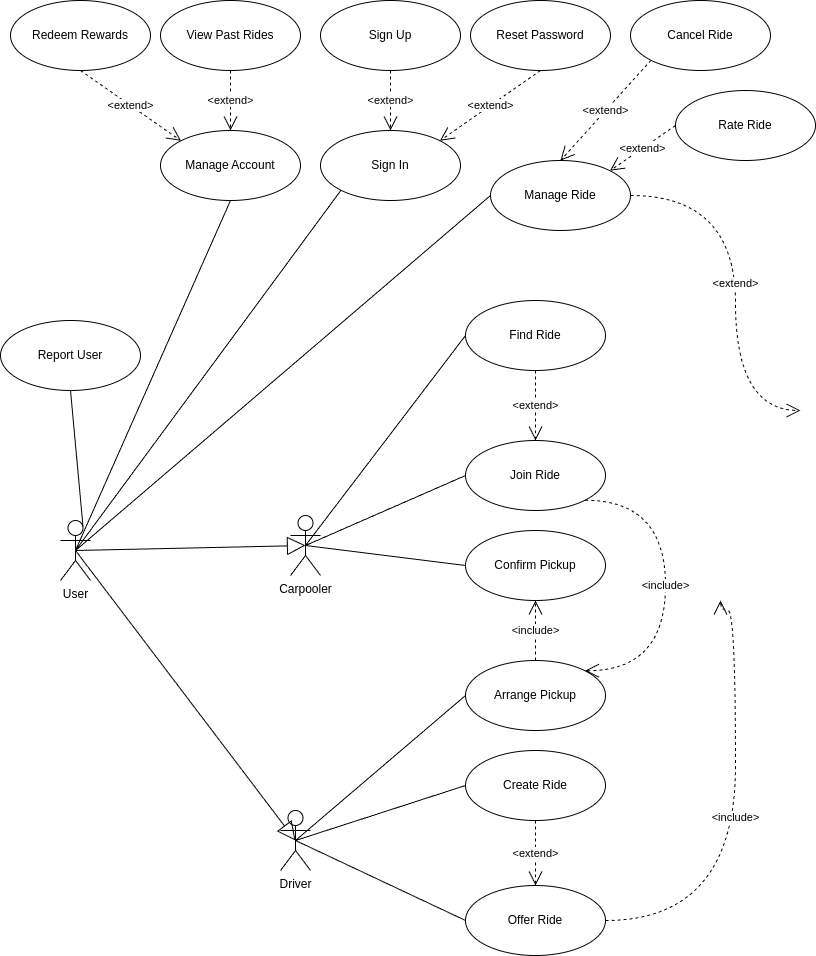
Earlier version of the draw.io export TODO/use-cases.drawio.png (YannisRavasopoulos/ProjectSD_S6). Source tidied: cells renumbered, new cells last; positions are measured from the earlier drawing's top-left corner, leaving out a move shared by most shapes.
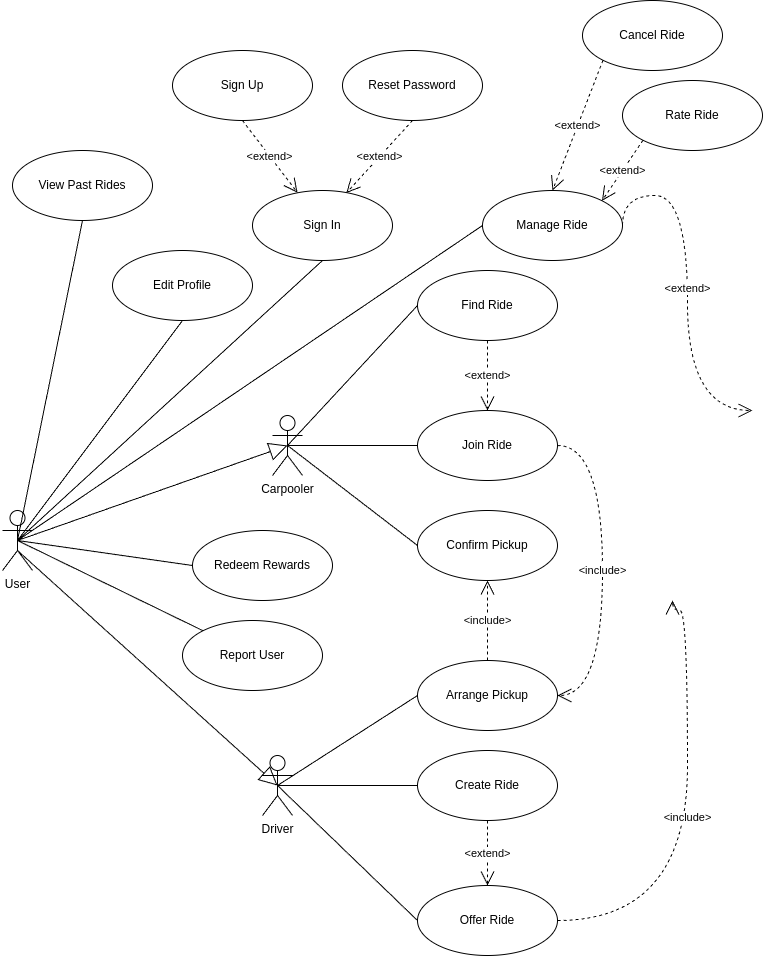
The same file after the commit.

Commit message:
Use case diagram update

Change to the diagram source:
```diff
@@ -3,40 +3,37 @@
     <mxCell id="0" />
     <mxCell id="1" parent="0" />
     <mxCell id="2" value="Carpooler" style="shape=umlActor;verticalLabelPosition=bottom;verticalAlign=top;html=1;outlineConnect=0;" parent="1" vertex="1">
-      <mxGeometry x="290" y="515" width="30" height="60" as="geometry" />
+      <mxGeometry x="320" y="415" width="30" height="60" as="geometry" />
     </mxCell>
     <mxCell id="3" value="Sign In" style="ellipse;whiteSpace=wrap;html=1;" parent="1" vertex="1">
-      <mxGeometry x="320" y="130" width="140" height="70" as="geometry" />
+      <mxGeometry x="300" y="190" width="140" height="70" as="geometry" />
     </mxCell>
-    <mxCell id="4" value="Manage Account" style="ellipse;whiteSpace=wrap;html=1;" parent="1" vertex="1">
-      <mxGeometry x="160" y="130" width="140" height="70" as="geometry" />
-    </mxCell>
     <mxCell id="5" value="Rate Ride" style="ellipse;whiteSpace=wrap;html=1;" parent="1" vertex="1">
-      <mxGeometry x="675" y="90" width="140" height="70" as="geometry" />
+      <mxGeometry x="670" y="80" width="140" height="70" as="geometry" />
     </mxCell>
     <mxCell id="6" value="View Past Rides" style="ellipse;whiteSpace=wrap;html=1;" parent="1" vertex="1">
-      <mxGeometry x="160" width="140" height="70" as="geometry" />
+      <mxGeometry x="60" y="150" width="140" height="70" as="geometry" />
     </mxCell>
     <mxCell id="7" value="Find Ride" style="ellipse;whiteSpace=wrap;html=1;" parent="1" vertex="1">
-      <mxGeometry x="465" y="300" width="140" height="70" as="geometry" />
+      <mxGeometry x="465" y="270" width="140" height="70" as="geometry" />
     </mxCell>
     <mxCell id="8" value="Manage Ride" style="ellipse;whiteSpace=wrap;html=1;" parent="1" vertex="1">
-      <mxGeometry x="490" y="160" width="140" height="70" as="geometry" />
+      <mxGeometry x="530" y="190" width="140" height="70" as="geometry" />
     </mxCell>
     <mxCell id="9" value="Create Ride" style="ellipse;whiteSpace=wrap;html=1;" parent="1" vertex="1">
       <mxGeometry x="465" y="750" width="140" height="70" as="geometry" />
     </mxCell>
     <mxCell id="10" value="Redeem Rewards" style="ellipse;whiteSpace=wrap;html=1;" parent="1" vertex="1">
-      <mxGeometry x="10" width="140" height="70" as="geometry" />
+      <mxGeometry x="240" y="530" width="140" height="70" as="geometry" />
     </mxCell>
     <mxCell id="11" value="Offer Ride" style="ellipse;whiteSpace=wrap;html=1;" parent="1" vertex="1">
       <mxGeometry x="465" y="885" width="140" height="70" as="geometry" />
     </mxCell>
     <mxCell id="12" value="Driver" style="shape=umlActor;verticalLabelPosition=bottom;verticalAlign=top;html=1;outlineConnect=0;" parent="1" vertex="1">
-      <mxGeometry x="280" y="810" width="30" height="60" as="geometry" />
+      <mxGeometry x="310" y="755" width="30" height="60" as="geometry" />
     </mxCell>
     <mxCell id="13" value="User" style="shape=umlActor;verticalLabelPosition=bottom;verticalAlign=top;html=1;outlineConnect=0;" parent="1" vertex="1">
-      <mxGeometry x="60" y="520" width="30" height="60" as="geometry" />
+      <mxGeometry x="50" y="510" width="30" height="60" as="geometry" />
     </mxCell>
     <mxCell id="14" style="endArrow=none;html=1;exitX=0.5;exitY=0.5;exitDx=0;exitDy=0;exitPerimeter=0;entryX=0;entryY=0.5;entryDx=0;entryDy=0;" parent="1" edge="1" source="12" target="9">
       <mxGeometry relative="1" as="geometry" />
@@ -50,10 +47,7 @@
     <mxCell id="17" value="Cancel Ride" style="ellipse;whiteSpace=wrap;html=1;" parent="1" vertex="1">
       <mxGeometry x="630" width="140" height="70" as="geometry" />
     </mxCell>
-    <mxCell id="18" value="&amp;lt;extend&amp;gt;" style="endArrow=open;endSize=12;dashed=1;html=1;exitX=0.5;exitY=1;exitDx=0;exitDy=0;entryX=0.5;entryY=0;entryDx=0;entryDy=0;" parent="1" edge="1" source="6" target="4">
-      <mxGeometry relative="1" as="geometry" />
-    </mxCell>
-    <mxCell id="19" value="&amp;lt;extend&amp;gt;" style="endArrow=open;endSize=12;dashed=1;html=1;exitX=0;exitY=0.5;exitDx=0;exitDy=0;entryX=1;entryY=0;entryDx=0;entryDy=0;" parent="1" edge="1" source="5" target="8">
+    <mxCell id="19" value="&amp;lt;extend&amp;gt;" style="endArrow=open;endSize=12;dashed=1;html=1;exitX=0;exitY=1;exitDx=0;exitDy=0;entryX=1;entryY=0;entryDx=0;entryDy=0;" parent="1" edge="1" source="5" target="8">
       <mxGeometry relative="1" as="geometry" />
     </mxCell>
     <mxCell id="20" value="&amp;lt;extend&amp;gt;" style="endArrow=open;endSize=12;dashed=1;html=1;exitX=0;exitY=1;exitDx=0;exitDy=0;entryX=0.5;entryY=0;entryDx=0;entryDy=0;" parent="1" edge="1" source="17" target="8">
@@ -71,18 +65,14 @@
     <mxCell id="24" value="&amp;lt;extend&amp;gt;" style="endArrow=open;endSize=12;dashed=1;html=1;entryX=0.5;entryY=0;entryDx=0;entryDy=0;exitX=0.5;exitY=1;exitDx=0;exitDy=0;" parent="1" edge="1" source="9" target="11">
       <mxGeometry relative="1" as="geometry" />
     </mxCell>
-    <mxCell id="25" value="&amp;lt;extend&amp;gt;" style="endArrow=open;endSize=12;dashed=1;html=1;exitX=0.5;exitY=1;exitDx=0;exitDy=0;entryX=0;entryY=0;entryDx=0;entryDy=0;" parent="1" edge="1" source="10" target="4">
-      <mxGeometry relative="1" as="geometry" />
-    </mxCell>
     <mxCell id="26" value="Join Ride" style="ellipse;whiteSpace=wrap;html=1;" parent="1" vertex="1">
-      <mxGeometry x="465" y="440" width="140" height="70" as="geometry" />
+      <mxGeometry x="465" y="410" width="140" height="70" as="geometry" />
     </mxCell>
-    <mxCell id="27" value="&amp;lt;include&amp;gt;" style="endArrow=open;endSize=12;dashed=1;html=1;entryX=1;entryY=0;entryDx=0;entryDy=0;edgeStyle=orthogonalEdgeStyle;curved=1;exitX=1;exitY=1;exitDx=0;exitDy=0;" parent="1" edge="1" source="26" target="21">
+    <mxCell id="27" value="&amp;lt;include&amp;gt;" style="endArrow=open;endSize=12;dashed=1;html=1;entryX=1;entryY=0.5;entryDx=0;entryDy=0;edgeStyle=orthogonalEdgeStyle;curved=1;exitX=1;exitY=0.5;exitDx=0;exitDy=0;" parent="1" edge="1" source="26" target="21">
       <mxGeometry relative="1" as="geometry">
         <Array as="points">
-          <mxPoint x="665" y="500" />
-          <mxPoint x="665" y="670" />
-          <mxPoint x="585" y="670" />
+          <mxPoint x="650" y="445" />
+          <mxPoint x="650" y="695" />
         </Array>
       </mxGeometry>
     </mxCell>
@@ -90,7 +80,7 @@
       <mxGeometry relative="1" as="geometry" />
     </mxCell>
     <mxCell id="29" value="Confirm Pickup" style="ellipse;whiteSpace=wrap;html=1;" parent="1" vertex="1">
-      <mxGeometry x="465" y="530" width="140" height="70" as="geometry" />
+      <mxGeometry x="465" y="510" width="140" height="70" as="geometry" />
     </mxCell>
     <mxCell id="30" style="endArrow=none;html=1;exitX=0.5;exitY=0.5;exitDx=0;exitDy=0;exitPerimeter=0;entryX=0;entryY=0.5;entryDx=0;entryDy=0;" parent="1" edge="1" source="2" target="29">
       <mxGeometry relative="1" as="geometry" />
@@ -99,15 +89,15 @@
       <mxGeometry relative="1" as="geometry" />
     </mxCell>
     <mxCell id="32" value="Reset Password" style="ellipse;whiteSpace=wrap;html=1;" parent="1" vertex="1">
-      <mxGeometry x="470" width="140" height="70" as="geometry" />
+      <mxGeometry x="390" y="50" width="140" height="70" as="geometry" />
     </mxCell>
     <mxCell id="33" value="Sign Up" style="ellipse;whiteSpace=wrap;html=1;" parent="1" vertex="1">
-      <mxGeometry x="320" width="140" height="70" as="geometry" />
+      <mxGeometry x="220" y="50" width="140" height="70" as="geometry" />
     </mxCell>
     <mxCell id="34" value="&amp;lt;extend&amp;gt;" style="endArrow=open;endSize=12;dashed=1;html=1;exitX=0.5;exitY=1;exitDx=0;exitDy=0;" parent="1" edge="1" source="33" target="3">
       <mxGeometry x="-0.01" relative="1" as="geometry" />
     </mxCell>
-    <mxCell id="35" value="&amp;lt;extend&amp;gt;" style="endArrow=open;endSize=12;dashed=1;html=1;exitX=0.5;exitY=1;exitDx=0;exitDy=0;entryX=1;entryY=0;entryDx=0;entryDy=0;" parent="1" edge="1" source="32" target="3">
+    <mxCell id="35" value="&amp;lt;extend&amp;gt;" style="endArrow=open;endSize=12;dashed=1;html=1;exitX=0.5;exitY=1;exitDx=0;exitDy=0;entryX=0.67;entryY=0.036;entryDx=0;entryDy=0;entryPerimeter=0;" parent="1" edge="1" source="32" target="3">
       <mxGeometry relative="1" as="geometry" />
     </mxCell>
     <mxCell id="36" value="&amp;lt;extend&amp;gt;" style="endArrow=open;endSize=12;dashed=1;html=1;exitX=1;exitY=0.5;exitDx=0;exitDy=0;edgeStyle=orthogonalEdgeStyle;curved=1;" parent="1" edge="1" source="8">
@@ -119,10 +109,10 @@
         </Array>
       </mxGeometry>
     </mxCell>
-    <mxCell id="37" style="endArrow=block;endSize=16;endFill=0;html=1;entryX=0.5;entryY=0.5;entryDx=0;entryDy=0;entryPerimeter=0;exitX=0.5;exitY=0.5;exitDx=0;exitDy=0;exitPerimeter=0;" parent="1" edge="1" source="13" target="12">
+    <mxCell id="37" style="endArrow=block;endSize=16;endFill=0;html=1;entryX=0.5;entryY=0.5;entryDx=0;entryDy=0;entryPerimeter=0;exitX=0.5;exitY=0.667;exitDx=0;exitDy=0;exitPerimeter=0;" parent="1" edge="1" source="13" target="12">
       <mxGeometry relative="1" as="geometry" />
     </mxCell>
-    <mxCell id="38" style="endArrow=block;endSize=16;endFill=0;html=1;entryX=0.5;entryY=0.5;entryDx=0;entryDy=0;entryPerimeter=0;exitX=0.5;exitY=0.5;exitDx=0;exitDy=0;exitPerimeter=0;" parent="1" edge="1" source="13" target="2">
+    <mxCell id="38" style="endArrow=block;endSize=16;endFill=0;html=1;exitX=0.5;exitY=0.5;exitDx=0;exitDy=0;exitPerimeter=0;entryX=0.5;entryY=0.5;entryDx=0;entryDy=0;entryPerimeter=0;" parent="1" edge="1" source="13" target="2">
       <mxGeometry relative="1" as="geometry" />
     </mxCell>
     <mxCell id="39" value="&amp;lt;include&amp;gt;" style="endArrow=open;endSize=12;dashed=1;html=1;edgeStyle=orthogonalEdgeStyle;curved=1;exitX=1;exitY=0.5;exitDx=0;exitDy=0;" parent="1" edge="1" source="11">
@@ -138,17 +128,26 @@
     <mxCell id="40" style="endArrow=none;html=1;entryX=0;entryY=0.5;entryDx=0;entryDy=0;exitX=0.5;exitY=0.5;exitDx=0;exitDy=0;exitPerimeter=0;" parent="1" edge="1" source="13" target="8">
       <mxGeometry relative="1" as="geometry" />
     </mxCell>
-    <mxCell id="41" style="endArrow=none;html=1;exitX=0.5;exitY=0.5;exitDx=0;exitDy=0;exitPerimeter=0;entryX=0;entryY=1;entryDx=0;entryDy=0;" parent="1" edge="1" source="13" target="3">
+    <mxCell id="41" style="endArrow=none;html=1;exitX=0.5;exitY=0.5;exitDx=0;exitDy=0;exitPerimeter=0;entryX=0.5;entryY=1;entryDx=0;entryDy=0;" parent="1" edge="1" source="13" target="3">
       <mxGeometry relative="1" as="geometry" />
     </mxCell>
-    <mxCell id="42" style="endArrow=none;html=1;exitX=0.5;exitY=0.5;exitDx=0;exitDy=0;exitPerimeter=0;entryX=0.5;entryY=1;entryDx=0;entryDy=0;" parent="1" edge="1" source="13" target="4">
+    <mxCell id="42" style="endArrow=none;html=1;exitX=0.5;exitY=0.5;exitDx=0;exitDy=0;exitPerimeter=0;entryX=0;entryY=0.5;entryDx=0;entryDy=0;" parent="1" edge="1" source="13" target="10">
       <mxGeometry relative="1" as="geometry" />
     </mxCell>
     <mxCell id="43" value="Report User" style="ellipse;whiteSpace=wrap;html=1;" parent="1" vertex="1">
-      <mxGeometry y="320" width="140" height="70" as="geometry" />
+      <mxGeometry x="230" y="620" width="140" height="70" as="geometry" />
     </mxCell>
-    <mxCell id="44" style="endArrow=none;html=1;exitX=0.75;exitY=0.1;exitDx=0;exitDy=0;exitPerimeter=0;entryX=0.5;entryY=1;entryDx=0;entryDy=0;" parent="1" edge="1" source="13" target="43">
+    <mxCell id="44" style="endArrow=none;html=1;exitX=0.5;exitY=0.5;exitDx=0;exitDy=0;exitPerimeter=0;entryX=0;entryY=0;entryDx=0;entryDy=0;" parent="1" edge="1" source="13" target="43">
       <mxGeometry relative="1" as="geometry" />
     </mxCell>
+    <mxCell id="45" value="Edit Profile" style="ellipse;whiteSpace=wrap;html=1;" parent="1" vertex="1">
+      <mxGeometry x="160" y="250" width="140" height="70" as="geometry" />
+    </mxCell>
+    <mxCell id="46" style="endArrow=none;html=1;entryX=0.5;entryY=1;entryDx=0;entryDy=0;exitX=0.5;exitY=0.5;exitDx=0;exitDy=0;exitPerimeter=0;" parent="1" edge="1" source="13" target="6">
+      <mxGeometry relative="1" as="geometry" />
+    </mxCell>
+    <mxCell id="47" style="endArrow=none;html=1;entryX=0.5;entryY=1;entryDx=0;entryDy=0;exitX=0.5;exitY=0.5;exitDx=0;exitDy=0;exitPerimeter=0;" parent="1" edge="1" source="13" target="45">
+      <mxGeometry relative="1" as="geometry" />
+    </mxCell>
   </root>
 </mxGraphModel>
```
